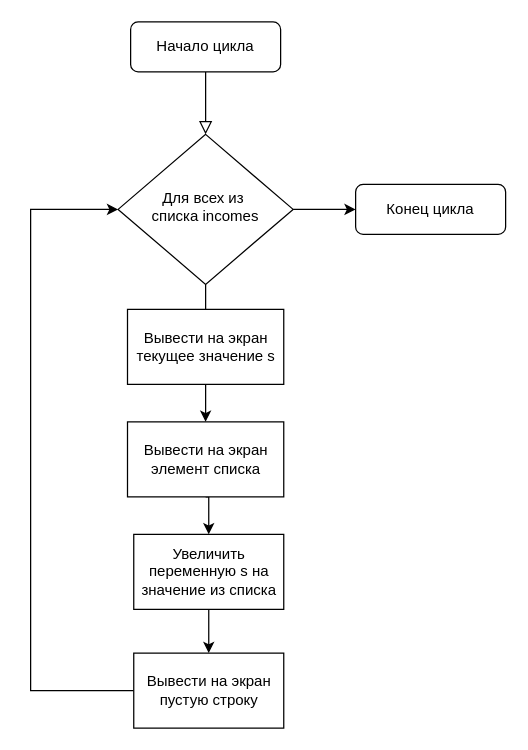
Above: Диаграмма без названия.drawio in Aleksandr-Sutyagin/ShapeFile-Power-BI (draw.io), before the change. Source tidied: cells renumbered, new cells numbered last; positions are measured from the earlier drawing's top-left corner, leaving out a move shared by most shapes. Both pictures are drawn from the tidied source at 125%, with x=0, y=0 at pixel (30, 21).
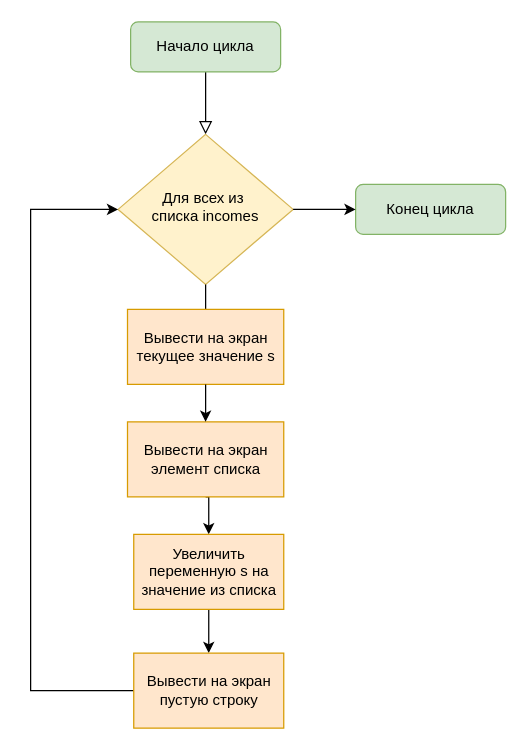
The same page after the edit.

Change to the diagram source:
```diff
@@
 <mxGraphModel>
   <root>
     <mxCell id="0" />
     <mxCell id="1" parent="0" />
     <mxCell id="2" style="rounded=0;html=1;jettySize=auto;fontSize=11;endArrow=block;endFill=0;endSize=8;strokeWidth=1;shadow=0;labelBackgroundColor=none;edgeStyle=orthogonalEdgeStyle;" parent="1" edge="1" source="3" target="4">
       <mxGeometry relative="1" as="geometry" />
     </mxCell>
-    <mxCell id="3" value="Начало цикла" style="rounded=1;whiteSpace=wrap;html=1;fontSize=12;glass=0;strokeWidth=1;shadow=0;" parent="1" vertex="1">
+    <mxCell id="3" value="Начало цикла" style="rounded=1;whiteSpace=wrap;html=1;fontSize=12;glass=0;strokeWidth=1;shadow=0;fillColor=#d5e8d4;strokeColor=#82b366;" parent="1" vertex="1">
       <mxGeometry x="80" width="120" height="40" as="geometry" />
     </mxCell>
-    <mxCell id="4" value="Для всех из&amp;nbsp;&lt;br&gt;списка incomes" style="rhombus;whiteSpace=wrap;html=1;shadow=0;fontFamily=Helvetica;fontSize=12;align=center;strokeWidth=1;spacing=6;spacingTop=-4;" parent="1" vertex="1">
+    <mxCell id="4" value="Для всех из&amp;nbsp;&lt;br&gt;списка incomes" style="rhombus;whiteSpace=wrap;html=1;shadow=0;fontFamily=Helvetica;fontSize=12;align=center;strokeWidth=1;spacing=6;spacingTop=-4;fillColor=#fff2cc;strokeColor=#d6b656;" parent="1" vertex="1">
       <mxGeometry x="70" y="90" width="140" height="120" as="geometry" />
     </mxCell>
-    <mxCell id="5" value="Конец цикла" style="rounded=1;whiteSpace=wrap;html=1;fontSize=12;glass=0;strokeWidth=1;shadow=0;" parent="1" vertex="1">
+    <mxCell id="5" value="Конец цикла" style="rounded=1;whiteSpace=wrap;html=1;fontSize=12;glass=0;strokeWidth=1;shadow=0;fillColor=#d5e8d4;strokeColor=#82b366;" parent="1" vertex="1">
       <mxGeometry x="260" y="130" width="120" height="40" as="geometry" />
     </mxCell>
     <mxCell id="6" style="endArrow=none;html=1;rounded=0;entryX=0.5;entryY=1;entryDx=0;entryDy=0;exitX=0.5;exitY=0;exitDx=0;exitDy=0;" parent="1" edge="1" source="8" target="4">
       <mxGeometry relative="1" as="geometry" />
     </mxCell>
     <mxCell id="7" style="endArrow=classic;html=1;rounded=0;entryX=0;entryY=0.5;entryDx=0;entryDy=0;exitX=0;exitY=0.5;exitDx=0;exitDy=0;" parent="1" edge="1" source="13" target="4">
       <mxGeometry relative="1" as="geometry">
         <Array as="points">
           <mxPoint y="535" />
           <mxPoint y="150" />
         </Array>
       </mxGeometry>
     </mxCell>
-    <mxCell id="8" value="Вывести на экран текущее значение s" style="rounded=0;whiteSpace=wrap;html=1;" parent="1" vertex="1">
+    <mxCell id="8" value="Вывести на экран текущее значение s" style="rounded=0;whiteSpace=wrap;html=1;fillColor=#ffe6cc;strokeColor=#d79b00;" parent="1" vertex="1">
       <mxGeometry x="77.5" y="230" width="125" height="60" as="geometry" />
     </mxCell>
     <mxCell id="9" style="edgeStyle=orthogonalEdgeStyle;rounded=0;jettySize=auto;html=1;exitX=0.5;exitY=1;exitDx=0;exitDy=0;entryX=0.5;entryY=0;entryDx=0;entryDy=0;" parent="1" edge="1" source="10" target="12">
       <mxGeometry relative="1" as="geometry" />
     </mxCell>
-    <mxCell id="10" value="Вывести на экран элемент списка" style="rounded=0;whiteSpace=wrap;html=1;" parent="1" vertex="1">
+    <mxCell id="10" value="Вывести на экран элемент списка" style="rounded=0;whiteSpace=wrap;html=1;fillColor=#ffe6cc;strokeColor=#d79b00;" parent="1" vertex="1">
       <mxGeometry x="77.5" y="320" width="125" height="60" as="geometry" />
     </mxCell>
     <mxCell id="11" style="edgeStyle=orthogonalEdgeStyle;rounded=0;jettySize=auto;html=1;exitX=0.5;exitY=1;exitDx=0;exitDy=0;entryX=0.5;entryY=0;entryDx=0;entryDy=0;" parent="1" edge="1" source="12" target="13">
       <mxGeometry relative="1" as="geometry" />
     </mxCell>
-    <mxCell id="12" value="Увеличить переменную s на значение из списка" style="rounded=0;whiteSpace=wrap;html=1;" parent="1" vertex="1">
+    <mxCell id="12" value="Увеличить переменную s на значение из списка" style="rounded=0;whiteSpace=wrap;html=1;fillColor=#ffe6cc;strokeColor=#d79b00;" parent="1" vertex="1">
       <mxGeometry x="82.5" y="410" width="120" height="60" as="geometry" />
     </mxCell>
-    <mxCell id="13" value="Вывести на экран пустую строку" style="rounded=0;whiteSpace=wrap;html=1;" parent="1" vertex="1">
+    <mxCell id="13" value="Вывести на экран пустую строку" style="rounded=0;whiteSpace=wrap;html=1;fillColor=#ffe6cc;strokeColor=#d79b00;" parent="1" vertex="1">
       <mxGeometry x="82.5" y="505" width="120" height="60" as="geometry" />
     </mxCell>
     <mxCell id="14" style="endArrow=classic;html=1;rounded=0;exitX=0.5;exitY=1;exitDx=0;exitDy=0;entryX=0.5;entryY=0;entryDx=0;entryDy=0;" parent="1" edge="1" source="8" target="10">
       <mxGeometry relative="1" as="geometry" />
     </mxCell>
     <mxCell id="15" style="endArrow=classic;html=1;rounded=0;exitX=1;exitY=0.5;exitDx=0;exitDy=0;entryX=0;entryY=0.5;entryDx=0;entryDy=0;" parent="1" edge="1" source="4" target="5">
       <mxGeometry relative="1" as="geometry" />
     </mxCell>
   </root>
 </mxGraphModel>
```
